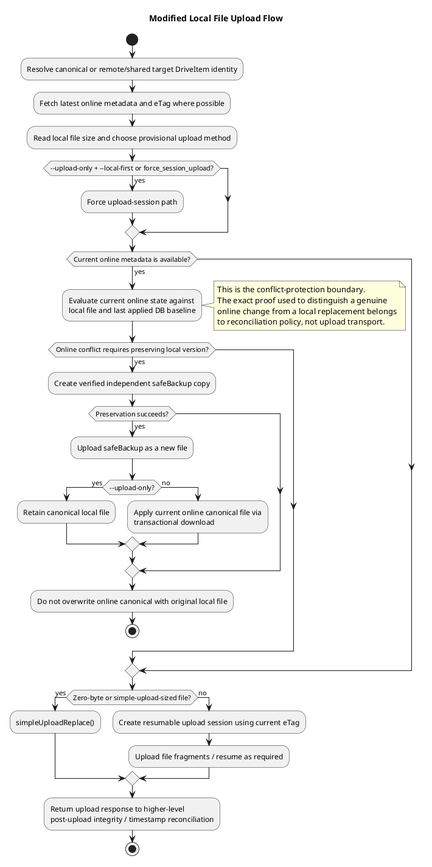
This is docs/puml/uploadModifiedFile.png from abraunegg/onedrive, a PlantUML export, as it was before one commit.
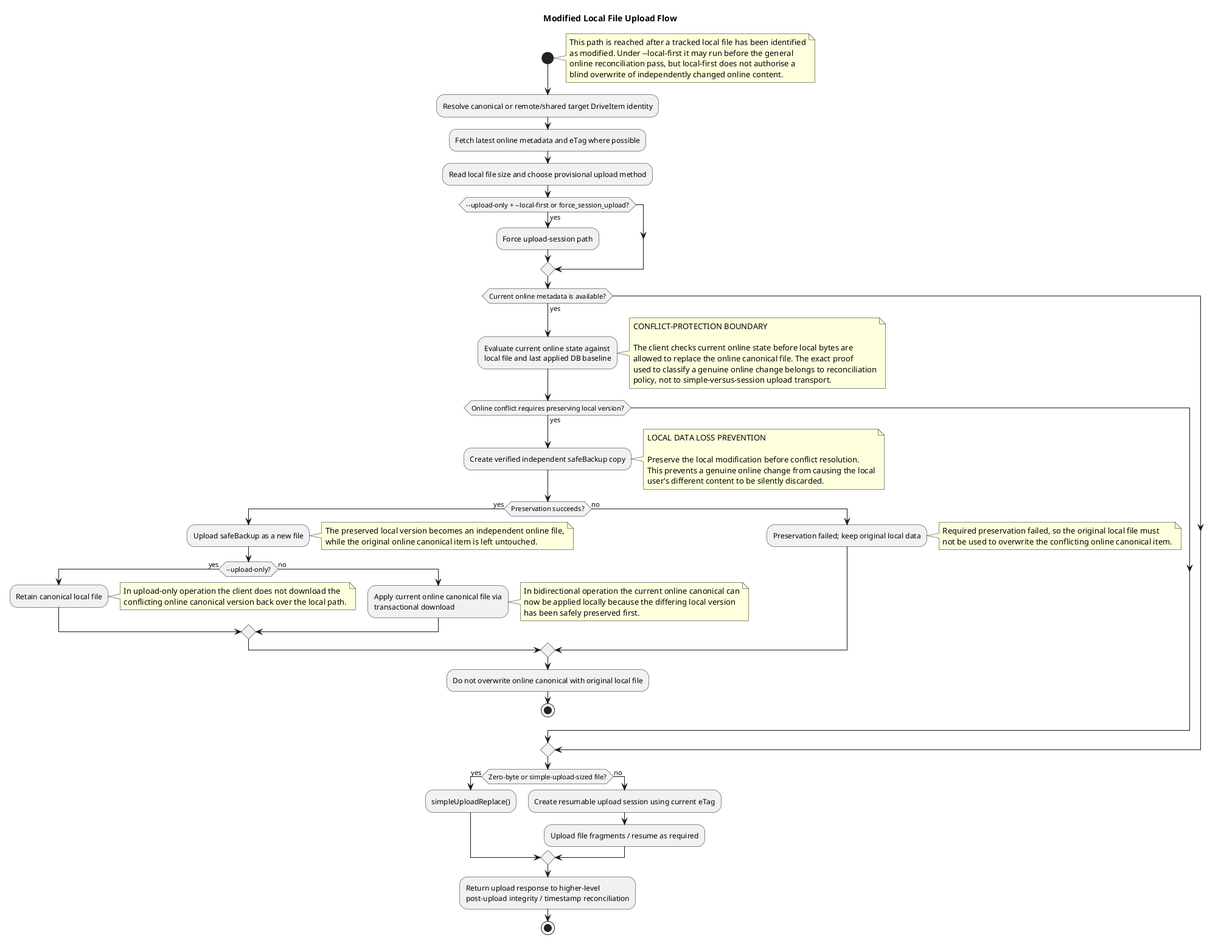
After the commit.

What changed in the source:
```diff
@@ -1,6 +1,13 @@
 @startuml
 title Modified Local File Upload Flow
 start
+
+note right
+  This path is reached after a tracked local file has been identified
+  as modified. Under ~--local-first it may run before the general
+  online reconciliation pass, but local-first does not authorise a
+  blind overwrite of independently changed online content.
+end note
 
 :Resolve canonical or remote/shared target DriveItem identity;
 :Fetch latest online metadata and eTag where possible;
@@ -13,20 +20,48 @@
 if (Current online metadata is available?) then (yes)
   :Evaluate current online state against\nlocal file and last applied DB baseline;
   note right
-    This is the conflict-protection boundary.
-    The exact proof used to distinguish a genuine
-    online change from a local replacement belongs
-    to reconciliation policy, not upload transport.
+    CONFLICT-PROTECTION BOUNDARY
+
+    The client checks current online state before local bytes are
+    allowed to replace the online canonical file. The exact proof
+    used to classify a genuine online change belongs to reconciliation
+    policy, not to simple-versus-session upload transport.
   end note
   if (Online conflict requires preserving local version?) then (yes)
     :Create verified independent safeBackup copy;
+    note right
+      LOCAL DATA LOSS PREVENTION
+
+      Preserve the local modification before conflict resolution.
+      This prevents a genuine online change from causing the local
+      user's different content to be silently discarded.
+    end note
     if (Preservation succeeds?) then (yes)
       :Upload safeBackup as a new file;
+      note right
+        The preserved local version becomes an independent online file,
+        while the original online canonical item is left untouched.
+      end note
       if (~--upload-only?) then (yes)
         :Retain canonical local file;
+        note right
+          In upload-only operation the client does not download the
+          conflicting online canonical version back over the local path.
+        end note
       else (no)
         :Apply current online canonical file via\ntransactional download;
+        note right
+          In bidirectional operation the current online canonical can
+          now be applied locally because the differing local version
+          has been safely preserved first.
+        end note
       endif
+    else (no)
+      :Preservation failed; keep original local data;
+      note right
+        Required preservation failed, so the original local file must
+        not be used to overwrite the conflicting online canonical item.
+      end note
     endif
     :Do not overwrite online canonical with original local file;
     stop
```
